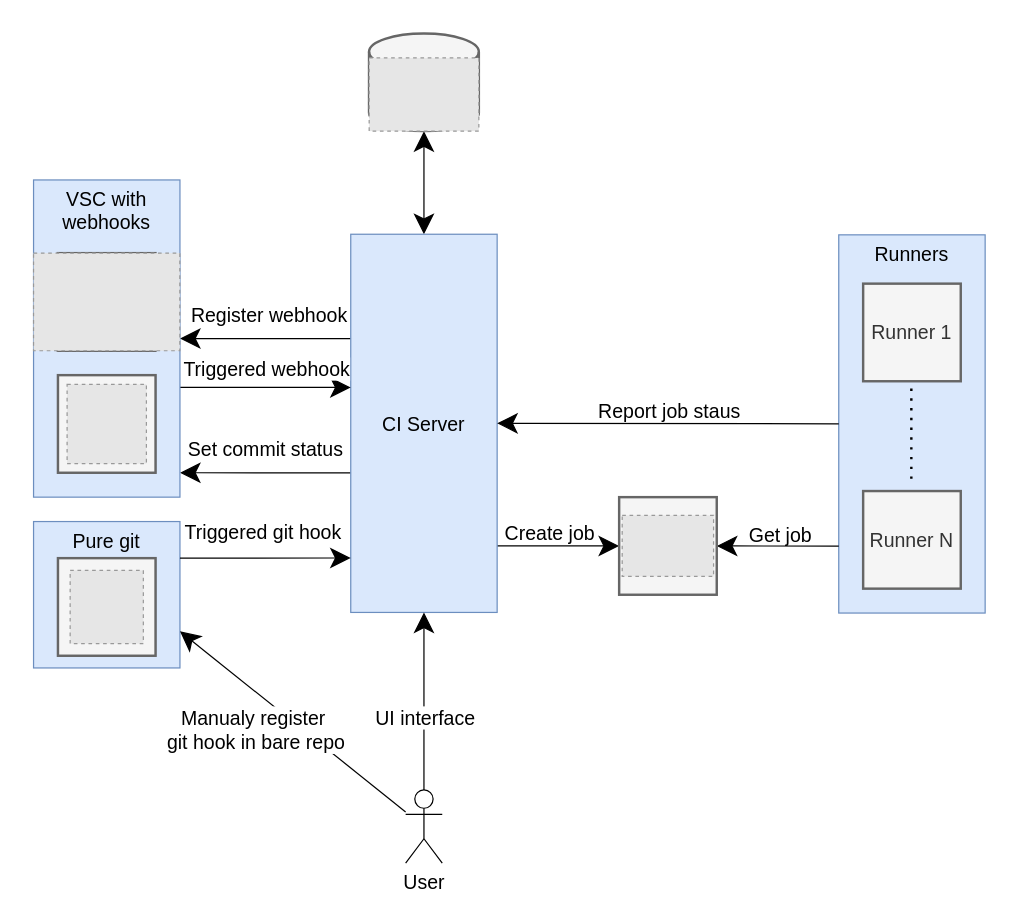
Above: docs/architecture.drawio in FilipSolich/shark-ci (draw.io), before the change. Source tidied: cells renumbered, new cells numbered last; positions are measured from the earlier drawing's top-left corner, leaving out a move shared by most shapes. Both pictures are drawn from the tidied source at 122%, with x=0, y=0 at pixel (21, 21). Pictures stored in the file or linked from it are replaced by grey dashed boxes.
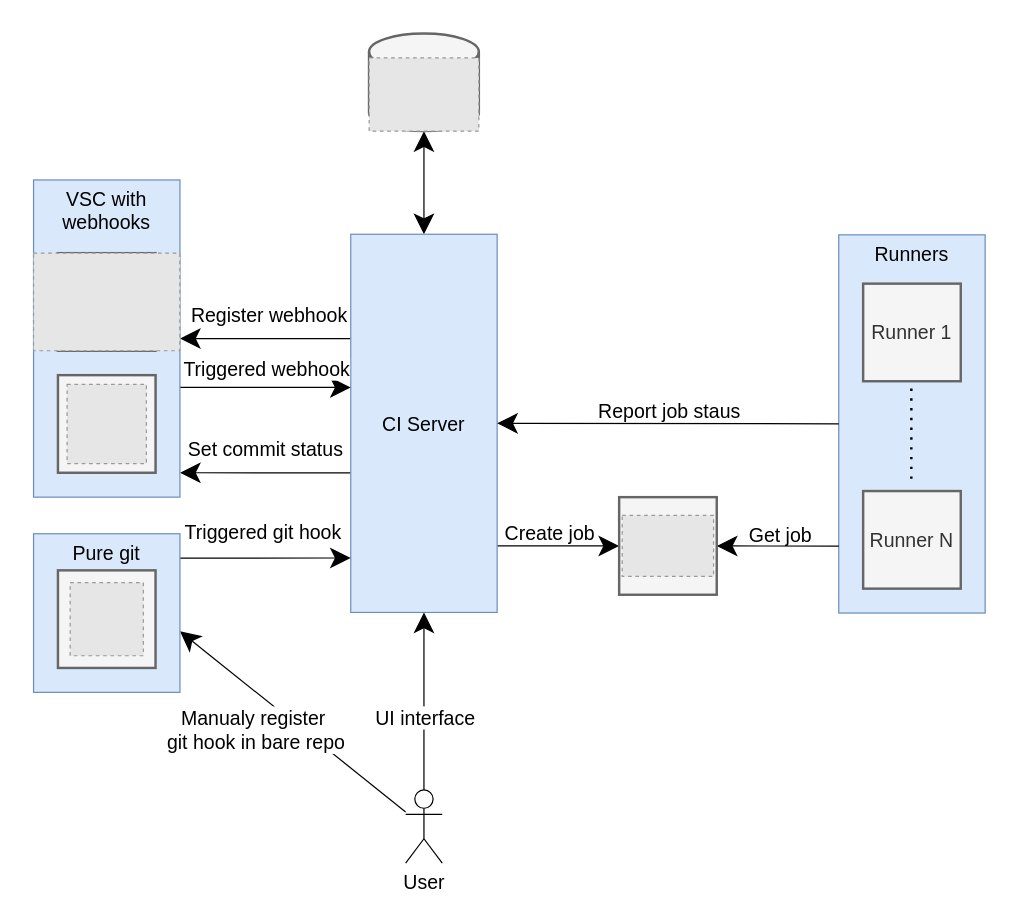
After the change.

Commit message (it also covers changes not shown here):
Try to make nice architecture image with svg

The change refers to these unchanged cells:
```xml
<mxCell id="20" value="CI Server" style="rounded=0;whiteSpace=wrap;html=1;fontSize=16;fillColor=#dae8fc;strokeColor=#6c8ebf;" parent="1" vertex="1">
  <mxGeometry x="270" y="174.5" width="120" height="310" as="geometry" />
</mxCell>
<mxCell id="33" value="User" style="shape=umlActor;verticalLabelPosition=bottom;verticalAlign=top;html=1;outlineConnect=0;labelBackgroundColor=none;fontSize=16;" parent="1" vertex="1">
  <mxGeometry x="315" y="630" width="30" height="60" as="geometry" />
</mxCell>
```

What changed in the source:
```diff
@@
-    <mxCell id="3" style="group;" parent="1" vertex="1">
-      <mxGeometry x="10" y="410" width="120" height="120" as="geometry" />
-    </mxCell>
-    <mxCell id="4" value="Pure git" style="whiteSpace=wrap;html=1;fontSize=16;fillColor=#dae8fc;strokeColor=#6c8ebf;verticalAlign=top;" parent="3" vertex="1">
-      <mxGeometry width="120" height="120" as="geometry" />
-    </mxCell>
-    <mxCell id="5" style="group;fillColor=#f5f5f5;fontColor=#333333;strokeColor=#666666;" parent="3" vertex="1">
-      <mxGeometry x="20" y="30" width="80" height="80" as="geometry" />
-    </mxCell>
-    <mxCell id="6" style="whiteSpace=wrap;html=1;fontSize=16;strokeWidth=2;fillColor=#f5f5f5;fontColor=#333333;strokeColor=#666666;" parent="5" vertex="1">
-      <mxGeometry width="80" height="80" as="geometry" />
-    </mxCell>
-    <mxCell id="7" style="fillColor=#E6E6E6;strokeColor=#999999;dashed=1;verticalLabelPosition=bottom;verticalAlign=top;fontSize=16;" parent="5" vertex="1">
-      <mxGeometry x="10" y="10" width="60" height="60" as="geometry" />
-    </mxCell>
@@
-    <mxCell id="23" style="edgeStyle=none;jumpSize=14;html=1;fontSize=16;startArrow=none;startFill=0;startSize=14;endSize=14;sourcePerimeterSpacing=0;targetPerimeterSpacing=0;exitX=1;exitY=0.25;exitDx=0;exitDy=0;entryX=0;entryY=0.856;entryDx=0;entryDy=0;entryPerimeter=0;" parent="1" edge="1" source="4" target="20">
-      <mxGeometry relative="1" as="geometry" />
+    <mxCell id="23" style="edgeStyle=none;jumpSize=14;html=1;fontSize=16;startArrow=none;startFill=0;startSize=14;endSize=14;sourcePerimeterSpacing=0;targetPerimeterSpacing=0;exitX=1;exitY=0.25;exitDx=0;exitDy=0;entryX=0;entryY=0.856;entryDx=0;entryDy=0;entryPerimeter=0;" parent="1" edge="1" target="20">
+      <mxGeometry relative="1" as="geometry">
+        <mxPoint x="130" y="440" as="sourcePoint" />
+      </mxGeometry>
     </mxCell>
@@
-    <mxCell id="31" style="edgeStyle=none;jumpSize=14;html=1;entryX=1;entryY=0.75;entryDx=0;entryDy=0;fontSize=16;startArrow=none;startFill=0;startSize=14;endSize=14;sourcePerimeterSpacing=0;targetPerimeterSpacing=0;" parent="1" edge="1" source="33" target="4">
-      <mxGeometry relative="1" as="geometry" />
+    <mxCell id="31" style="edgeStyle=none;jumpSize=14;html=1;entryX=1;entryY=0.75;entryDx=0;entryDy=0;fontSize=16;startArrow=none;startFill=0;startSize=14;endSize=14;sourcePerimeterSpacing=0;targetPerimeterSpacing=0;" parent="1" edge="1" source="33">
+      <mxGeometry relative="1" as="geometry">
+        <mxPoint x="130" y="500" as="targetPoint" />
+      </mxGeometry>
     </mxCell>
@@
+    <mxCell id="4" value="&lt;font style=&quot;font-size: 16px&quot;&gt;Pure git&lt;/font&gt;" style="rounded=0;whiteSpace=wrap;html=1;fillColor=#dae8fc;strokeColor=#6c8ebf;verticalAlign=top;" parent="1" vertex="1">
+      <mxGeometry x="10" y="420" width="120" height="130" as="geometry" />
+    </mxCell>
+    <mxCell id="47" style="group;" parent="1" vertex="1">
+      <mxGeometry x="30" y="450" width="80" height="80" as="geometry" />
+    </mxCell>
+    <mxCell id="6" style="whiteSpace=wrap;html=1;fontSize=16;strokeWidth=2;fillColor=#f5f5f5;fontColor=#333333;strokeColor=#666666;" parent="47" vertex="1">
+      <mxGeometry width="80" height="80" as="geometry" />
+    </mxCell>
+    <mxCell id="7" style="fillColor=#E6E6E6;strokeColor=#999999;dashed=1;verticalLabelPosition=bottom;verticalAlign=top;fontSize=16;" parent="47" vertex="1">
+      <mxGeometry x="10" y="10" width="60" height="60" as="geometry" />
+    </mxCell>
```
